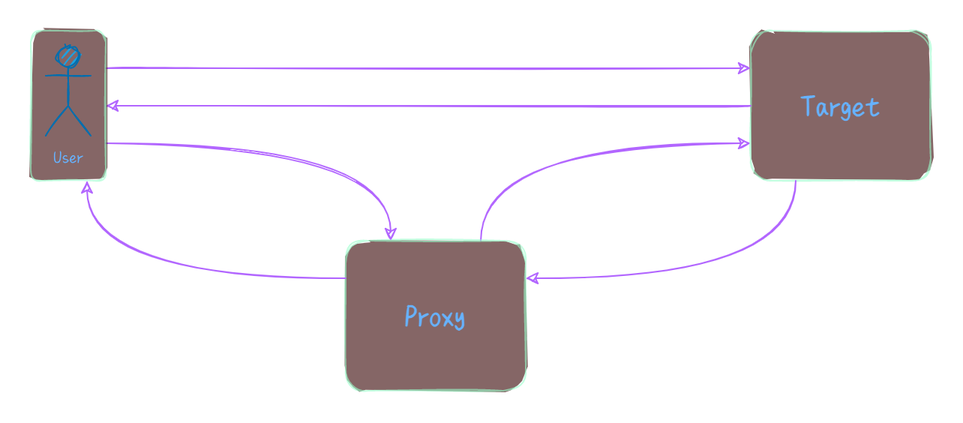
This is proxy-and-vue3-reactivity/proxy_01.drawio.png from SigureMo/image-hosting, a draw.io export, as it was before one commit. Source tidied: cells renumbered, new cells last; positions are measured from the earlier drawing's top-left corner, leaving out a move shared by most shapes.
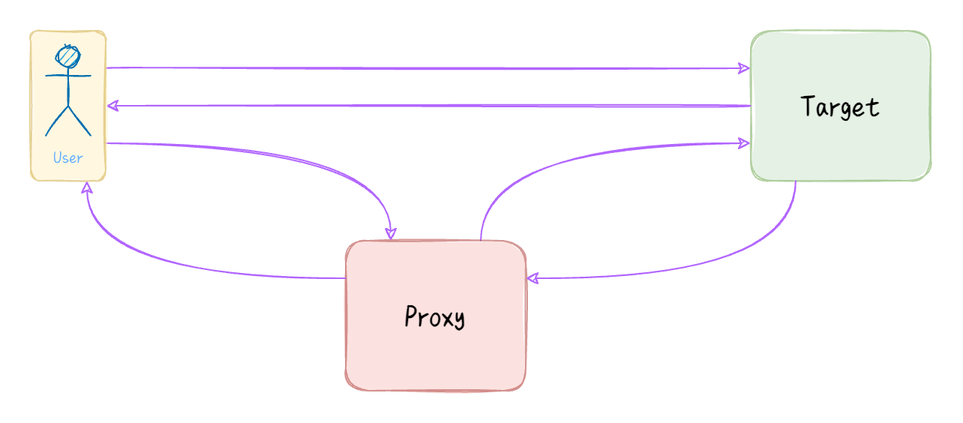
The same diagram one commit later.

Diff of the diagram source:
```diff
@@ -1,14 +1,14 @@
-<mxGraphModel>
+<mxGraphModel background="#ffffff">
   <root>
     <mxCell id="0" />
     <mxCell id="1" parent="0" />
     <mxCell id="2" style="edgeStyle=orthogonalEdgeStyle;curved=1;rounded=1;sketch=1;jettySize=auto;html=1;strokeColor=#B266FF;fillColor=#60a917;fontColor=#5C5C5C;entryX=0;entryY=0.75;entryDx=0;entryDy=0;exitX=0.75;exitY=0;exitDx=0;exitDy=0;" parent="1" edge="1" source="3" target="4">
       <mxGeometry relative="1" as="geometry" />
     </mxCell>
-    <mxCell id="3" value="&lt;font face=&quot;FZSJ-ZHIWNDXSG&quot;&gt;&lt;b style=&quot;font-size: 21px&quot;&gt;Proxy&lt;/b&gt;&lt;/font&gt;" style="whiteSpace=wrap;html=1;strokeColor=#99FFCC;fontColor=#66B2FF;sketch=1;rounded=1;fillStyle=solid;fillColor=#330000;gradientColor=none;opacity=60;" parent="1" vertex="1">
+    <mxCell id="3" value="&lt;font face=&quot;FZSJ-ZHIWNDXSG&quot;&gt;&lt;b style=&quot;font-size: 21px&quot;&gt;Proxy&lt;/b&gt;&lt;/font&gt;" style="whiteSpace=wrap;html=1;strokeColor=#b85450;sketch=1;rounded=1;fillStyle=solid;fillColor=#f8cecc;opacity=60;" parent="1" vertex="1">
       <mxGeometry x="210" y="140" width="120" height="100" as="geometry" />
     </mxCell>
-    <mxCell id="4" value="&lt;font face=&quot;FZSJ-ZHIWNDXSG&quot;&gt;&lt;b style=&quot;font-size: 21px&quot;&gt;Target&lt;/b&gt;&lt;/font&gt;" style="whiteSpace=wrap;html=1;strokeColor=#99FFCC;fontColor=#66B2FF;sketch=1;rounded=1;fillColor=#330000;fillStyle=solid;gradientColor=none;opacity=60;" parent="1" vertex="1">
+    <mxCell id="4" value="&lt;font face=&quot;FZSJ-ZHIWNDXSG&quot;&gt;&lt;b style=&quot;font-size: 21px&quot;&gt;Target&lt;/b&gt;&lt;/font&gt;" style="whiteSpace=wrap;html=1;sketch=1;rounded=1;fillStyle=solid;opacity=60;fillColor=#d5e8d4;strokeColor=#82b366;" parent="1" vertex="1">
       <mxGeometry x="480" width="120" height="100" as="geometry" />
     </mxCell>
     <mxCell id="5" style="edgeStyle=orthogonalEdgeStyle;curved=1;rounded=1;sketch=1;jettySize=auto;html=1;strokeColor=#B266FF;fillColor=#60a917;fontColor=#5C5C5C;entryX=0.25;entryY=0;entryDx=0;entryDy=0;exitX=1;exitY=0.75;exitDx=0;exitDy=0;" parent="1" edge="1" source="10" target="3">
@@ -26,7 +26,7 @@
     <mxCell id="9" style="edgeStyle=none;curved=1;rounded=1;sketch=1;html=1;exitX=1;exitY=0.25;exitDx=0;exitDy=0;entryX=0;entryY=0.25;entryDx=0;entryDy=0;fontFamily=FZSJ-ZHIWNDXSG;fontColor=#66B2FF;strokeColor=#B266FF;" parent="1" edge="1" source="10" target="4">
       <mxGeometry relative="1" as="geometry" />
     </mxCell>
-    <mxCell id="10" style="rounded=1;whiteSpace=wrap;html=1;sketch=1;strokeColor=#99FFCC;fontColor=#ffffff;fillColor=#330000;fillStyle=solid;gradientColor=none;opacity=60;" parent="1" vertex="1">
+    <mxCell id="10" style="rounded=1;whiteSpace=wrap;html=1;sketch=1;fillStyle=solid;opacity=60;fillColor=#fff2cc;strokeColor=#d6b656;" parent="1" vertex="1">
       <mxGeometry width="50" height="100" as="geometry" />
     </mxCell>
     <mxCell id="11" value="User" style="shape=umlActor;verticalLabelPosition=bottom;verticalAlign=top;html=1;fontFamily=FZSJ-ZHIWNDXSG;sketch=1;rounded=1;fillColor=#1ba1e2;fontColor=#66B2FF;strokeColor=#006EAF;" parent="1" vertex="1">
```
